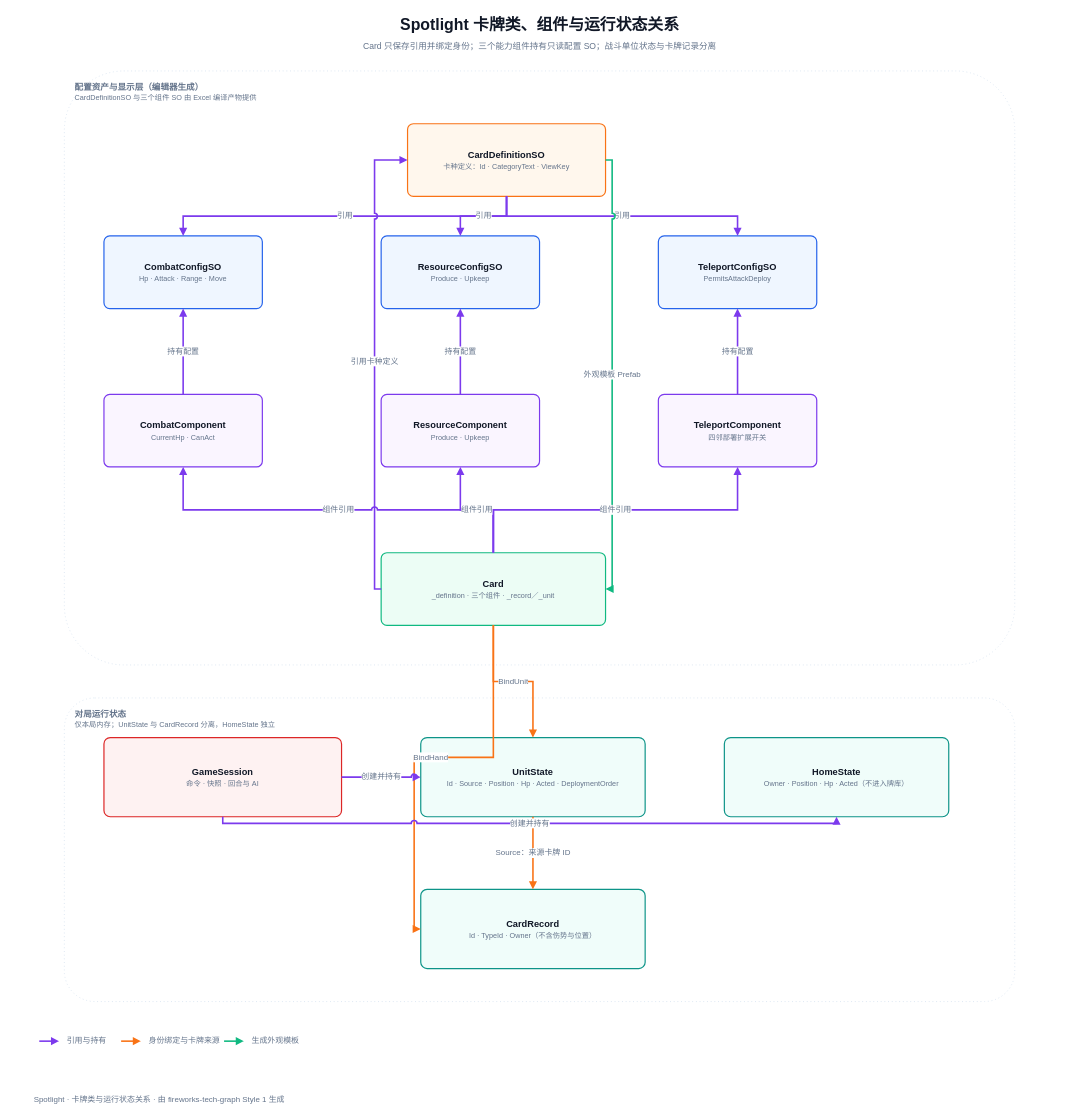
superbear1945/spotlight2026 keeps this draw.io diagram as docs/diagrams/02-cards/02-cards.drawio. Above is the earlier version. Source tidied: cells renumbered, new cells numbered last; positions are measured from the earlier drawing's top-left corner, leaving out a move shared by most shapes. Both pictures are drawn from the tidied source at 66%, with x=0, y=0 at pixel (11, 11).
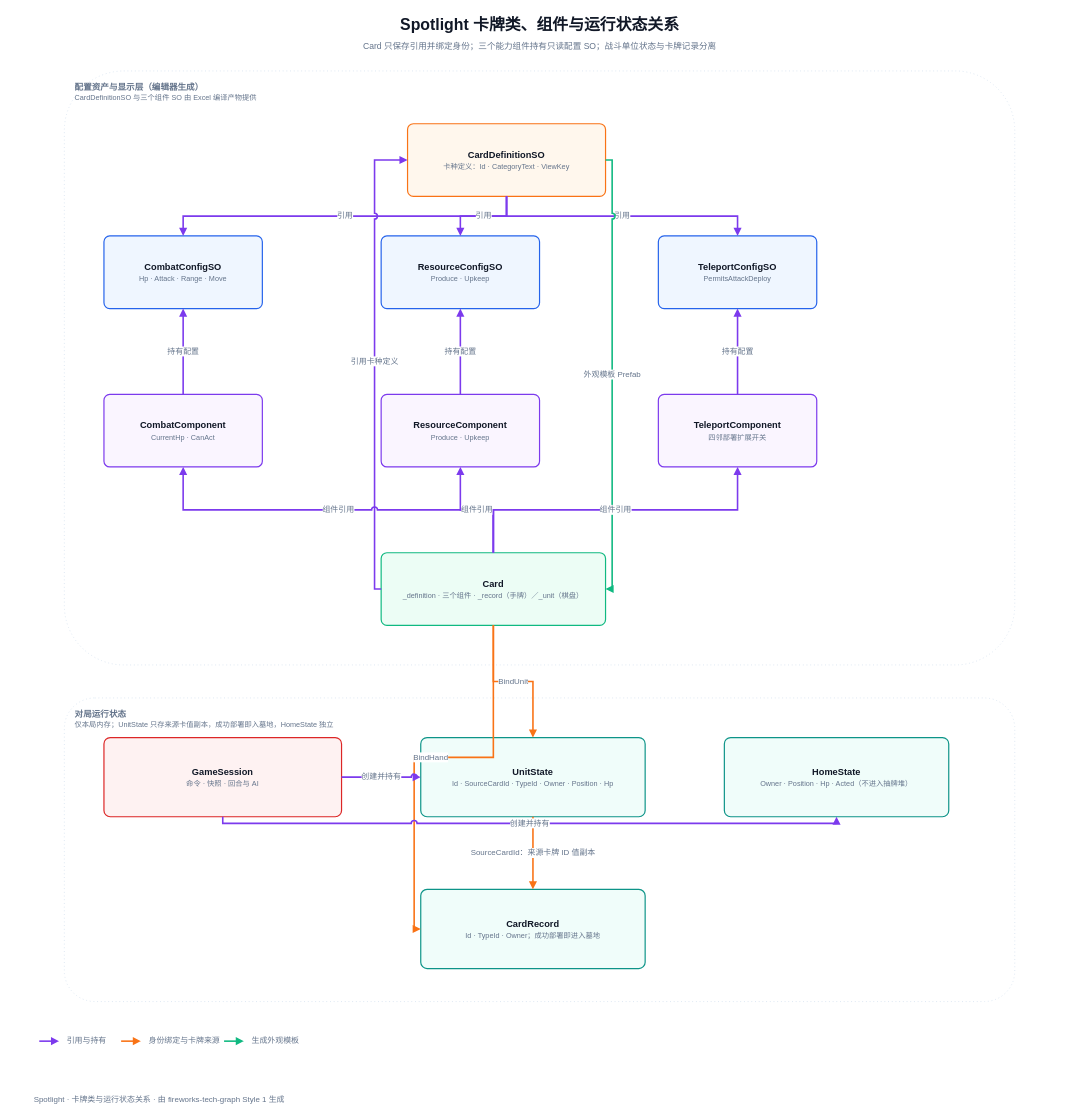
The same diagram, later.

The edit, as a diff of the source:
```diff
@@
-    <mxCell id="3" value="&lt;b&gt;对局运行状态&lt;/b&gt;&lt;br&gt;&lt;font style=&quot;font-size:11px;color:#64748b&quot;&gt;仅本局内存；UnitState 与 CardRecord 分离，HomeState 独立&lt;/font&gt;" style="rounded=1;arcSize=10;whiteSpace=wrap;html=1;fillColor=none;strokeColor=#dbe5f1;strokeWidth=1.4;dashed=1;dashPattern=1 3;verticalAlign=top;align=left;spacingLeft=14;spacingTop=10;fontColor=#64748b;fontSize=13;" parent="1" vertex="1">
+    <mxCell id="3" value="&lt;b&gt;对局运行状态&lt;/b&gt;&lt;br&gt;&lt;font style=&quot;font-size:11px;color:#64748b&quot;&gt;仅本局内存；UnitState 只存来源卡值副本，成功部署即入墓地，HomeState 独立&lt;/font&gt;" style="rounded=1;arcSize=10;whiteSpace=wrap;html=1;fillColor=none;strokeColor=#dbe5f1;strokeWidth=1.4;dashed=1;dashPattern=1 3;verticalAlign=top;align=left;spacingLeft=14;spacingTop=10;fontColor=#64748b;fontSize=13;" parent="1" vertex="1">
       <mxGeometry x="80" y="1040" width="1440" height="460" as="geometry" />
     </mxCell>
@@
-    <mxCell id="11" value="&lt;b&gt;Card&lt;/b&gt;&lt;br&gt;&lt;font style=&quot;font-size:11px;color:#64748b&quot;&gt;_definition · 三个组件 · _record／_unit&lt;/font&gt;" style="rounded=1;arcSize=8;double=1;whiteSpace=wrap;html=1;shadow=0;fillColor=#ecfdf5;strokeColor=#10b981;strokeWidth=1.8;fontColor=#111827;fontSize=14;align=center;verticalAlign=middle;" parent="1" vertex="1">
+    <mxCell id="11" value="&lt;b&gt;Card&lt;/b&gt;&lt;br&gt;&lt;font style=&quot;font-size:11px;color:#64748b&quot;&gt;_definition · 三个组件 · _record（手牌）／_unit（棋盘）&lt;/font&gt;" style="rounded=1;arcSize=8;double=1;whiteSpace=wrap;html=1;shadow=0;fillColor=#ecfdf5;strokeColor=#10b981;strokeWidth=1.8;fontColor=#111827;fontSize=14;align=center;verticalAlign=middle;" parent="1" vertex="1">
       <mxGeometry x="560" y="820" width="340" height="110" as="geometry" />
     </mxCell>
-    <mxCell id="12" value="&lt;b&gt;UnitState&lt;/b&gt;&lt;br&gt;&lt;font style=&quot;font-size:11px;color:#64748b&quot;&gt;Id · Source · Position · Hp · Acted · DeploymentOrder&lt;/font&gt;" style="rounded=1;arcSize=8;whiteSpace=wrap;html=1;shadow=0;fillColor=#f0fdfa;strokeColor=#0d9488;strokeWidth=1.8;fontColor=#111827;fontSize=14;align=center;verticalAlign=middle;" parent="1" vertex="1">
+    <mxCell id="12" value="&lt;b&gt;UnitState&lt;/b&gt;&lt;br&gt;&lt;font style=&quot;font-size:11px;color:#64748b&quot;&gt;Id · SourceCardId · TypeId · Owner · Position · Hp&lt;/font&gt;" style="rounded=1;arcSize=8;whiteSpace=wrap;html=1;shadow=0;fillColor=#f0fdfa;strokeColor=#0d9488;strokeWidth=1.8;fontColor=#111827;fontSize=14;align=center;verticalAlign=middle;" parent="1" vertex="1">
       <mxGeometry x="620" y="1100" width="340" height="120" as="geometry" />
     </mxCell>
-    <mxCell id="13" value="&lt;b&gt;HomeState&lt;/b&gt;&lt;br&gt;&lt;font style=&quot;font-size:11px;color:#64748b&quot;&gt;Owner · Position · Hp · Acted（不进入牌库）&lt;/font&gt;" style="rounded=1;arcSize=8;whiteSpace=wrap;html=1;shadow=0;fillColor=#f0fdfa;strokeColor=#0d9488;strokeWidth=1.8;fontColor=#111827;fontSize=14;align=center;verticalAlign=middle;" parent="1" vertex="1">
+    <mxCell id="13" value="&lt;b&gt;HomeState&lt;/b&gt;&lt;br&gt;&lt;font style=&quot;font-size:11px;color:#64748b&quot;&gt;Owner · Position · Hp · Acted（不进入抽牌堆）&lt;/font&gt;" style="rounded=1;arcSize=8;whiteSpace=wrap;html=1;shadow=0;fillColor=#f0fdfa;strokeColor=#0d9488;strokeWidth=1.8;fontColor=#111827;fontSize=14;align=center;verticalAlign=middle;" parent="1" vertex="1">
       <mxGeometry x="1080" y="1100" width="340" height="120" as="geometry" />
     </mxCell>
@@
-    <mxCell id="15" value="&lt;b&gt;CardRecord&lt;/b&gt;&lt;br&gt;&lt;font style=&quot;font-size:11px;color:#64748b&quot;&gt;Id · TypeId · Owner（不含伤势与位置）&lt;/font&gt;" style="rounded=1;arcSize=8;whiteSpace=wrap;html=1;shadow=0;fillColor=#f0fdfa;strokeColor=#0d9488;strokeWidth=1.8;fontColor=#111827;fontSize=14;align=center;verticalAlign=middle;" parent="1" vertex="1">
+    <mxCell id="15" value="&lt;b&gt;CardRecord&lt;/b&gt;&lt;br&gt;&lt;font style=&quot;font-size:11px;color:#64748b&quot;&gt;Id · TypeId · Owner；成功部署即进入墓地&lt;/font&gt;" style="rounded=1;arcSize=8;whiteSpace=wrap;html=1;shadow=0;fillColor=#f0fdfa;strokeColor=#0d9488;strokeWidth=1.8;fontColor=#111827;fontSize=14;align=center;verticalAlign=middle;" parent="1" vertex="1">
       <mxGeometry x="620" y="1330" width="340" height="120" as="geometry" />
     </mxCell>
@@
-    <mxCell id="29" value="Source：来源卡牌 ID" style="edgeStyle=orthogonalEdgeStyle;rounded=0;html=1;shadow=0;endArrow=block;endFill=1;jumpStyle=arc;strokeColor=#f97316;strokeWidth=2.4;fontColor=#64748b;fontSize=12;labelBackgroundColor=#ffffff;exitX=0.5;exitY=1.0;exitDx=0;exitDy=0;entryX=0.5;entryY=0.0;entryDx=0;entryDy=0;" parent="1" edge="1" source="12" target="15">
+    <mxCell id="29" value="SourceCardId：来源卡牌 ID 值副本" style="edgeStyle=orthogonalEdgeStyle;rounded=0;html=1;shadow=0;endArrow=block;endFill=1;jumpStyle=arc;strokeColor=#f97316;strokeWidth=2.4;fontColor=#64748b;fontSize=12;labelBackgroundColor=#ffffff;exitX=0.5;exitY=1.0;exitDx=0;exitDy=0;entryX=0.5;entryY=0.0;entryDx=0;entryDy=0;" parent="1" edge="1" source="12" target="15">
       <mxGeometry relative="1" as="geometry" />
     </mxCell>
```
